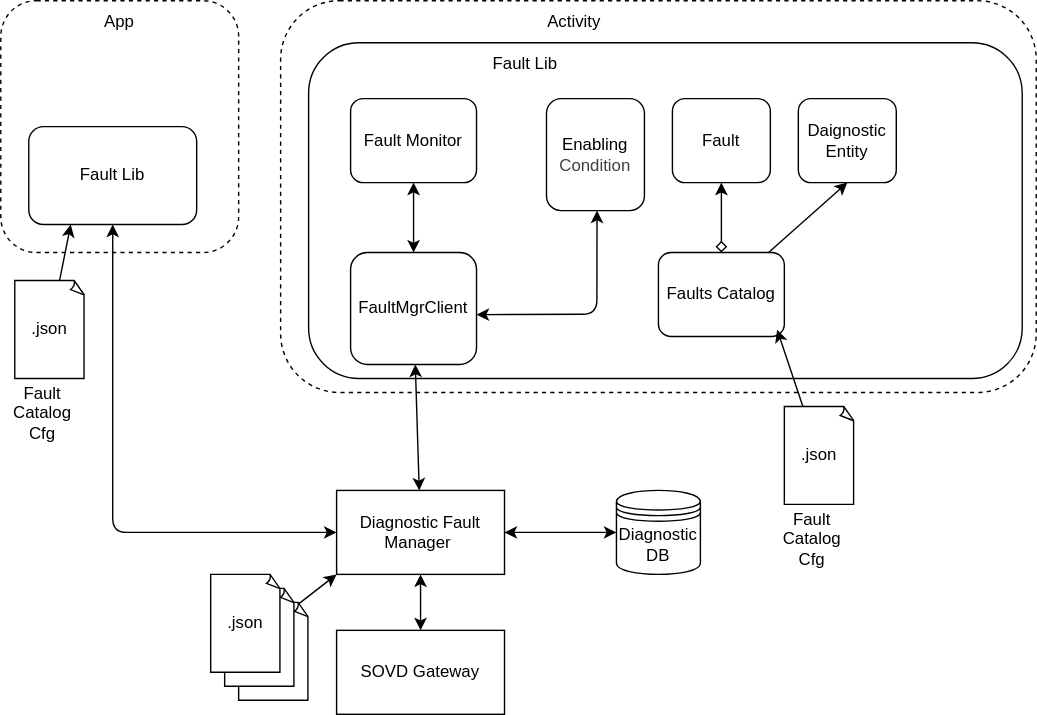
Earlier version of the draw.io export docs/drawings/lib_arch.svg (eclipse-opensovd/fault-lib). Source tidied: cells renumbered, new cells last; positions are measured from the earlier drawing's top-left corner, leaving out a move shared by most shapes. The source it was exported from:
```xml
<mxGraphModel background="#ffffff">
  <root>
    <mxCell id="0" />
    <mxCell id="1" parent="0" />
    <mxCell id="2" style="rounded=1;whiteSpace=wrap;html=1;dashed=1;" parent="1" vertex="1">
      <mxGeometry x="200" width="540" height="280" as="geometry" />
    </mxCell>
    <mxCell id="3" style="rounded=1;whiteSpace=wrap;html=1;" parent="1" vertex="1">
      <mxGeometry x="220" y="30" width="510" height="240" as="geometry" />
    </mxCell>
    <mxCell id="4" style="rounded=1;whiteSpace=wrap;html=1;dashed=1;" parent="1" vertex="1">
      <mxGeometry width="170" height="180" as="geometry" />
    </mxCell>
    <mxCell id="5" style="edgeStyle=none;html=1;startArrow=classic;startFill=1;" parent="1" edge="1" source="6" target="9">
      <mxGeometry relative="1" as="geometry" />
    </mxCell>
    <mxCell id="6" value="FaultMgrClient" style="rounded=1;whiteSpace=wrap;html=1;" parent="1" vertex="1">
      <mxGeometry x="250" y="180" width="90" height="80" as="geometry" />
    </mxCell>
    <mxCell id="7" value="Fault Lib" style="rounded=1;whiteSpace=wrap;html=1;" parent="1" vertex="1">
      <mxGeometry x="20" y="90" width="120" height="70" as="geometry" />
    </mxCell>
    <mxCell id="8" style="edgeStyle=none;html=1;entryX=0.5;entryY=0;entryDx=0;entryDy=0;startArrow=classic;startFill=1;" parent="1" edge="1" source="9" target="12">
      <mxGeometry relative="1" as="geometry" />
    </mxCell>
    <mxCell id="9" value="Diagnostic Fault Manager&amp;nbsp;" style="rounded=0;whiteSpace=wrap;html=1;" parent="1" vertex="1">
      <mxGeometry x="240" y="350" width="120" height="60" as="geometry" />
    </mxCell>
    <mxCell id="10" style="edgeStyle=none;html=1;startArrow=classic;startFill=1;" parent="1" edge="1" source="11" target="9">
      <mxGeometry relative="1" as="geometry" />
    </mxCell>
    <mxCell id="11" value="Diagnostic DB" style="shape=datastore;whiteSpace=wrap;html=1;" parent="1" vertex="1">
      <mxGeometry x="440" y="350" width="60" height="60" as="geometry" />
    </mxCell>
    <mxCell id="12" value="SOVD Gateway" style="rounded=0;whiteSpace=wrap;html=1;" parent="1" vertex="1">
      <mxGeometry x="240" y="450" width="120" height="60" as="geometry" />
    </mxCell>
    <mxCell id="13" style="edgeStyle=none;html=1;entryX=0;entryY=0.5;entryDx=0;entryDy=0;startArrow=classic;startFill=1;" parent="1" edge="1" source="7" target="9">
      <mxGeometry relative="1" as="geometry">
        <Array as="points">
          <mxPoint x="80" y="380" />
        </Array>
      </mxGeometry>
    </mxCell>
    <mxCell id="14" value="App" style="text;html=1;align=center;verticalAlign=middle;whiteSpace=wrap;rounded=0;" parent="1" vertex="1">
      <mxGeometry x="55" width="60" height="30" as="geometry" />
    </mxCell>
    <mxCell id="15" style="edgeStyle=none;html=1;startArrow=classic;startFill=1;" parent="1" edge="1" source="16" target="6">
      <mxGeometry relative="1" as="geometry" />
    </mxCell>
    <mxCell id="16" value="Fault Monitor" style="rounded=1;whiteSpace=wrap;html=1;" parent="1" vertex="1">
      <mxGeometry x="250" y="70" width="90" height="60" as="geometry" />
    </mxCell>
    <mxCell id="17" value="Enabling&lt;div&gt;&lt;span style=&quot;color: rgb(63, 63, 63); background-color: transparent;&quot;&gt;Condition&lt;/span&gt;&lt;/div&gt;" style="rounded=1;whiteSpace=wrap;html=1;" parent="1" vertex="1">
      <mxGeometry x="390" y="70" width="70" height="80" as="geometry" />
    </mxCell>
    <mxCell id="18" style="edgeStyle=none;html=1;entryX=1.006;entryY=0.555;entryDx=0;entryDy=0;entryPerimeter=0;startArrow=classic;startFill=1;" parent="1" edge="1">
      <mxGeometry relative="1" as="geometry">
        <mxPoint x="426.1" y="150" as="sourcePoint" />
        <mxPoint x="340" y="224.4" as="targetPoint" />
        <Array as="points">
          <mxPoint x="426" y="224" />
        </Array>
      </mxGeometry>
    </mxCell>
    <mxCell id="19" value="Activity" style="text;html=1;align=center;verticalAlign=middle;whiteSpace=wrap;rounded=0;" parent="1" vertex="1">
      <mxGeometry x="380" width="60" height="30" as="geometry" />
    </mxCell>
    <mxCell id="20" value="Fault Lib" style="text;html=1;align=center;verticalAlign=middle;whiteSpace=wrap;rounded=0;" parent="1" vertex="1">
      <mxGeometry x="345" y="30" width="60" height="30" as="geometry" />
    </mxCell>
    <mxCell id="21" style="edgeStyle=none;html=1;entryX=0;entryY=1;entryDx=0;entryDy=0;" parent="1" edge="1" target="9">
      <mxGeometry relative="1" as="geometry">
        <mxPoint x="189.9" y="449" as="sourcePoint" />
      </mxGeometry>
    </mxCell>
    <mxCell id="22" value=".json" style="whiteSpace=wrap;html=1;shape=mxgraph.basic.document;" parent="1" vertex="1">
      <mxGeometry x="170" y="430" width="50" height="70" as="geometry" />
    </mxCell>
    <mxCell id="23" value=".json" style="whiteSpace=wrap;html=1;shape=mxgraph.basic.document;" parent="1" vertex="1">
      <mxGeometry x="160" y="420" width="50" height="70" as="geometry" />
    </mxCell>
    <mxCell id="24" value=".json" style="whiteSpace=wrap;html=1;shape=mxgraph.basic.document;" parent="1" vertex="1">
      <mxGeometry x="150" y="410" width="50" height="70" as="geometry" />
    </mxCell>
    <mxCell id="25" style="edgeStyle=none;html=1;entryX=0.25;entryY=1;entryDx=0;entryDy=0;" parent="1" edge="1" source="26" target="7">
      <mxGeometry relative="1" as="geometry" />
    </mxCell>
    <mxCell id="26" value=".json" style="whiteSpace=wrap;html=1;shape=mxgraph.basic.document;" parent="1" vertex="1">
      <mxGeometry x="10" y="200" width="50" height="70" as="geometry" />
    </mxCell>
    <mxCell id="27" value="Fault Catalog&lt;div&gt;Cfg&lt;/div&gt;" style="text;html=1;align=center;verticalAlign=middle;whiteSpace=wrap;rounded=0;" parent="1" vertex="1">
      <mxGeometry y="280" width="60" height="30" as="geometry" />
    </mxCell>
    <mxCell id="28" style="edgeStyle=none;html=1;startArrow=diamond;startFill=0;" parent="1" edge="1" source="30" target="34">
      <mxGeometry relative="1" as="geometry" />
    </mxCell>
    <mxCell id="29" style="edgeStyle=none;html=1;entryX=0.5;entryY=1;entryDx=0;entryDy=0;" parent="1" edge="1" source="30" target="35">
      <mxGeometry relative="1" as="geometry" />
    </mxCell>
    <mxCell id="30" value="Faults Catalog" style="rounded=1;whiteSpace=wrap;html=1;" parent="1" vertex="1">
      <mxGeometry x="470" y="180" width="90" height="60" as="geometry" />
    </mxCell>
    <mxCell id="31" style="edgeStyle=none;html=1;entryX=0.943;entryY=0.919;entryDx=0;entryDy=0;entryPerimeter=0;" parent="1" edge="1" source="32" target="30">
      <mxGeometry relative="1" as="geometry" />
    </mxCell>
    <mxCell id="32" value=".json" style="whiteSpace=wrap;html=1;shape=mxgraph.basic.document;" parent="1" vertex="1">
      <mxGeometry x="560" y="290" width="50" height="70" as="geometry" />
    </mxCell>
    <mxCell id="33" value="Fault Catalog&lt;div&gt;Cfg&lt;/div&gt;" style="text;html=1;align=center;verticalAlign=middle;whiteSpace=wrap;rounded=0;" parent="1" vertex="1">
      <mxGeometry x="550" y="370" width="60" height="30" as="geometry" />
    </mxCell>
    <mxCell id="34" value="Fault" style="rounded=1;whiteSpace=wrap;html=1;" parent="1" vertex="1">
      <mxGeometry x="480" y="70" width="70" height="60" as="geometry" />
    </mxCell>
    <mxCell id="35" value="Daignostic&lt;div&gt;Entity&lt;/div&gt;" style="rounded=1;whiteSpace=wrap;html=1;" parent="1" vertex="1">
      <mxGeometry x="570" y="70" width="70" height="60" as="geometry" />
    </mxCell>
  </root>
</mxGraphModel>
```
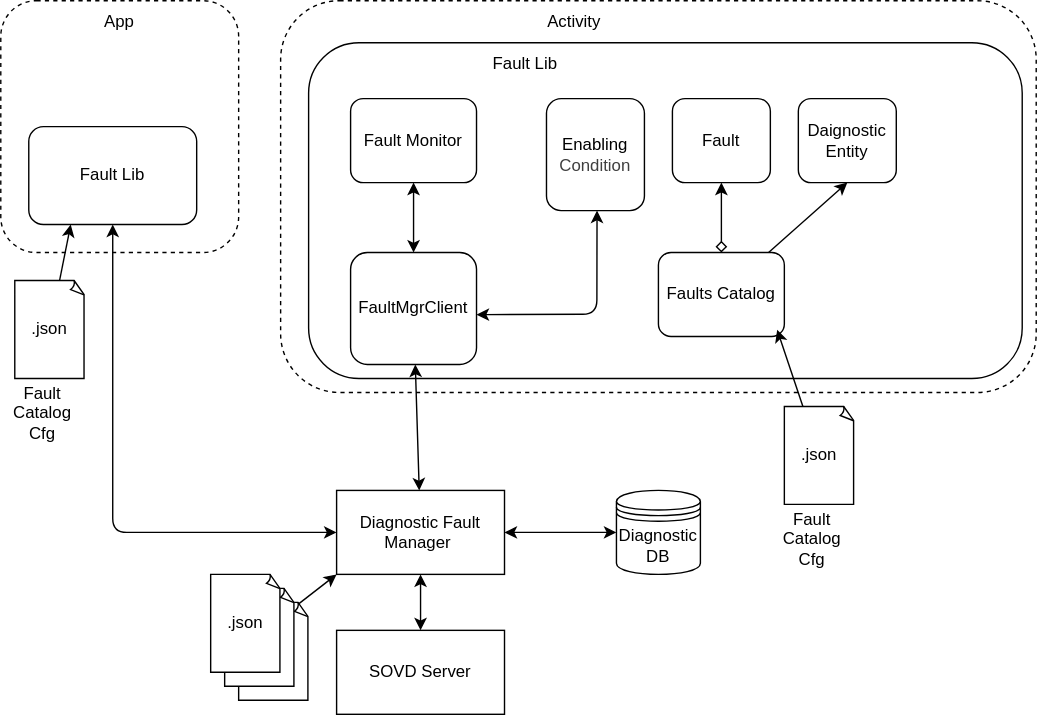
Later version of the same file.

Commit message:
fix: rename SOVD Gateway to SOVD Server in architecture diagram

Address PR #5 review feedback from IoanAndrasi - DFM should talk to
SOVD Server not Gateway per high level architecture.

Change to the diagram source:
```diff
@@ -32,7 +32,7 @@
     <mxCell id="11" value="Diagnostic DB" style="shape=datastore;whiteSpace=wrap;html=1;" parent="1" vertex="1">
       <mxGeometry x="440" y="350" width="60" height="60" as="geometry" />
     </mxCell>
-    <mxCell id="12" value="SOVD Gateway" style="rounded=0;whiteSpace=wrap;html=1;" parent="1" vertex="1">
+    <mxCell id="12" value="SOVD Server" style="rounded=0;whiteSpace=wrap;html=1;" parent="1" vertex="1">
       <mxGeometry x="240" y="450" width="120" height="60" as="geometry" />
     </mxCell>
     <mxCell id="13" style="edgeStyle=none;html=1;entryX=0;entryY=0.5;entryDx=0;entryDy=0;startArrow=classic;startFill=1;" parent="1" edge="1" source="7" target="9">
```
